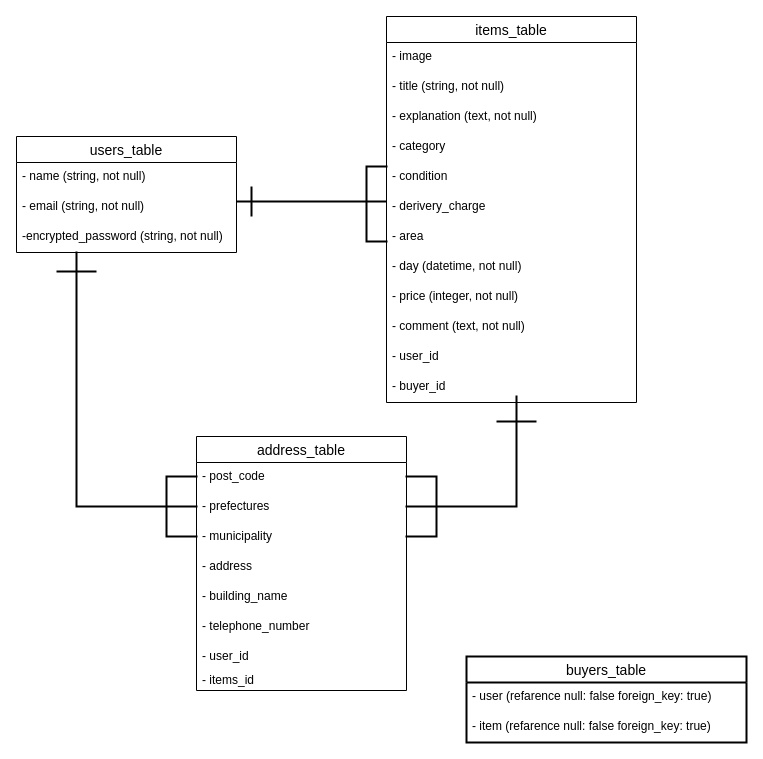
Earlier version of the draw.io diagram test.dio (tahanae/furima-36337). Source tidied: cells renumbered, new cells numbered last; positions are measured from the earlier drawing's top-left corner, leaving out a move shared by most shapes. Both pictures are drawn from the tidied source at 100%, with x=0, y=0 at pixel (16, 16).
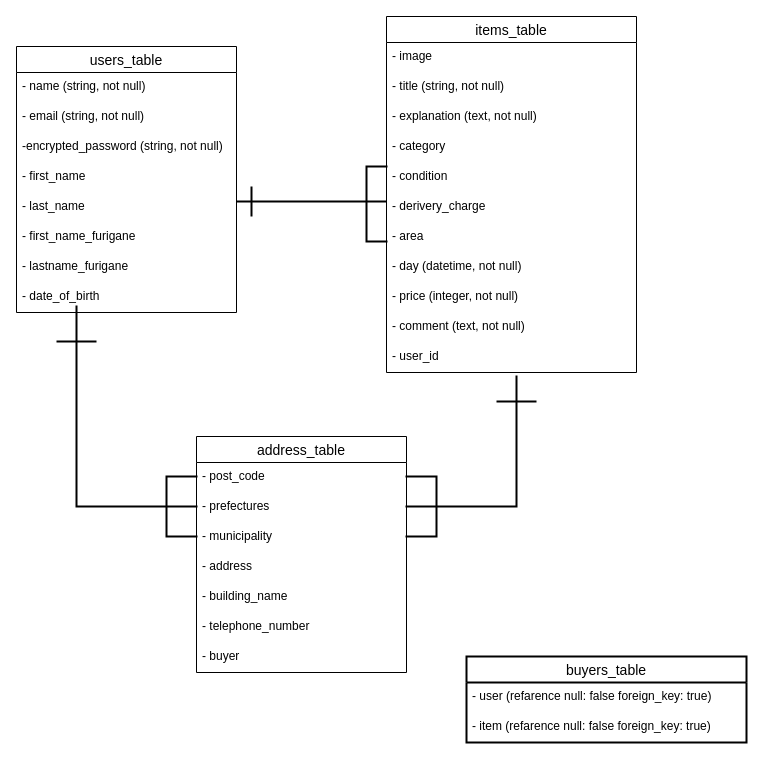
The same diagram, later.

The edit, as a diff of the source:
```diff
@@
     <mxCell id="2" value="users_table" style="swimlane;fontStyle=0;horizontal=1;startSize=26;align=center;fontSize=14;" parent="1" vertex="1">
-      <mxGeometry y="120" width="220" height="116" as="geometry" />
+      <mxGeometry y="30" width="220" height="266" as="geometry" />
     </mxCell>
@@
+    <mxCell id="40" value="-encrypted_password (string, not null)" style="text;strokeColor=none;fillColor=none;spacingLeft=4;spacingRight=4;overflow=hidden;fontSize=12;" parent="2" vertex="1">
+      <mxGeometry y="86" width="220" height="30" as="geometry" />
+    </mxCell>
+    <mxCell id="41" value="- first_name" style="text;strokeColor=none;fillColor=none;spacingLeft=4;spacingRight=4;overflow=hidden;fontSize=12;" parent="2" vertex="1">
+      <mxGeometry y="116" width="220" height="30" as="geometry" />
+    </mxCell>
+    <mxCell id="42" value="- last_name" style="text;strokeColor=none;fillColor=none;spacingLeft=4;spacingRight=4;overflow=hidden;fontSize=12;" parent="2" vertex="1">
+      <mxGeometry y="146" width="220" height="30" as="geometry" />
+    </mxCell>
+    <mxCell id="43" value="- first_name_furigane" style="text;strokeColor=none;fillColor=none;spacingLeft=4;spacingRight=4;overflow=hidden;fontSize=12;" parent="2" vertex="1">
+      <mxGeometry y="176" width="220" height="30" as="geometry" />
+    </mxCell>
+    <mxCell id="44" value="- lastname_furigane" style="text;strokeColor=none;fillColor=none;spacingLeft=4;spacingRight=4;overflow=hidden;fontSize=12;" parent="2" vertex="1">
+      <mxGeometry y="206" width="220" height="30" as="geometry" />
+    </mxCell>
-    <mxCell id="5" value="-encrypted_password (string, not null)" style="text;strokeColor=none;fillColor=none;spacingLeft=4;spacingRight=4;overflow=hidden;fontSize=12;" parent="2" vertex="1">
-      <mxGeometry y="86" width="220" height="30" as="geometry" />
+    <mxCell id="5" value="- date_of_birth" style="text;strokeColor=none;fillColor=none;spacingLeft=4;spacingRight=4;overflow=hidden;fontSize=12;" parent="2" vertex="1">
+      <mxGeometry y="236" width="220" height="30" as="geometry" />
     </mxCell>
     <mxCell id="6" value="items_table" style="swimlane;fontStyle=0;horizontal=1;startSize=26;align=center;fontSize=14;" parent="1" vertex="1">
-      <mxGeometry x="370" width="250" height="386" as="geometry" />
+      <mxGeometry x="370" width="250" height="356" as="geometry" />
     </mxCell>
@@
-    <mxCell id="18" value="- buyer_id" style="text;strokeColor=none;fillColor=none;spacingLeft=4;spacingRight=4;overflow=hidden;fontSize=12;" parent="6" vertex="1">
-      <mxGeometry y="356" width="250" height="30" as="geometry" />
-    </mxCell>
     <mxCell id="19" value="address_table" style="swimlane;fontStyle=0;horizontal=1;startSize=26;align=center;fontSize=14;gradientColor=none;" parent="1" vertex="1">
-      <mxGeometry x="180" y="420" width="210" height="254" as="geometry" />
+      <mxGeometry x="180" y="420" width="210" height="236" as="geometry" />
     </mxCell>
@@
+    <mxCell id="45" value="- telephone_number" style="text;strokeColor=none;fillColor=none;spacingLeft=4;spacingRight=4;overflow=hidden;fontSize=12;" parent="19" vertex="1">
+      <mxGeometry y="176" width="210" height="30" as="geometry" />
+    </mxCell>
-    <mxCell id="25" value="- telephone_number" style="text;strokeColor=none;fillColor=none;spacingLeft=4;spacingRight=4;overflow=hidden;fontSize=12;" parent="19" vertex="1">
-      <mxGeometry y="176" width="210" height="30" as="geometry" />
+    <mxCell id="25" value="- buyer" style="text;strokeColor=none;fillColor=none;spacingLeft=4;spacingRight=4;overflow=hidden;fontSize=12;" parent="19" vertex="1">
+      <mxGeometry y="206" width="210" height="30" as="geometry" />
     </mxCell>
-    <mxCell id="26" value="- user_id" style="text;strokeColor=none;fillColor=none;spacingLeft=4;spacingRight=4;overflow=hidden;fontSize=12;" parent="19" vertex="1">
-      <mxGeometry y="206" width="210" height="24" as="geometry" />
-    </mxCell>
-    <mxCell id="27" value="- items_id" style="text;strokeColor=none;fillColor=none;spacingLeft=4;spacingRight=4;overflow=hidden;fontSize=12;" parent="19" vertex="1">
-      <mxGeometry y="230" width="210" height="24" as="geometry" />
-    </mxCell>
@@
     <mxCell id="31" style="shape=partialRectangle;whiteSpace=wrap;html=1;bottom=0;right=0;fillColor=none;strokeWidth=2;direction=north;" parent="1" vertex="1">
-      <mxGeometry x="60" y="236" width="120" height="254" as="geometry" />
+      <mxGeometry x="60" y="290" width="120" height="200" as="geometry" />
     </mxCell>
     <mxCell id="32" style="line;strokeWidth=2;html=1;gradientColor=none;" parent="1" vertex="1">
-      <mxGeometry x="40" y="250" width="40" height="10" as="geometry" />
+      <mxGeometry x="40" y="320" width="40" height="10" as="geometry" />
     </mxCell>
@@
     <mxCell id="34" style="shape=partialRectangle;whiteSpace=wrap;html=1;bottom=0;right=0;fillColor=none;strokeWidth=2;direction=west;" parent="1" vertex="1">
-      <mxGeometry x="390" y="380" width="110" height="110" as="geometry" />
+      <mxGeometry x="390" y="360" width="110" height="130" as="geometry" />
     </mxCell>
@@
     <mxCell id="36" style="line;strokeWidth=2;html=1;perimeter=backbonePerimeter;gradientColor=none;" parent="1" vertex="1">
-      <mxGeometry x="480" y="400" width="40" height="10" as="geometry" />
+      <mxGeometry x="480" y="380" width="40" height="10" as="geometry" />
     </mxCell>
```
